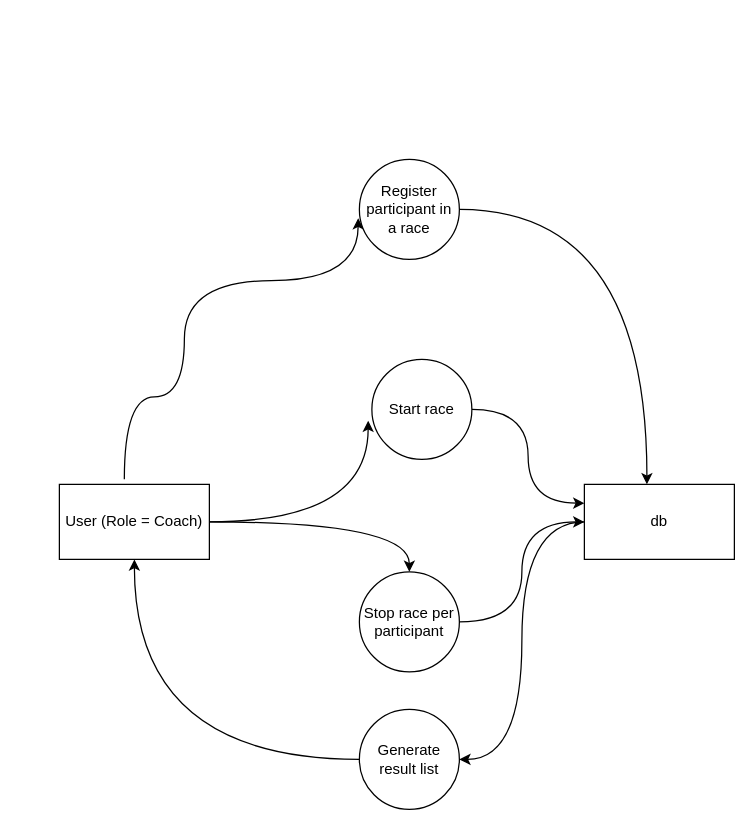
Before: page "Basic flow" (1 of 3) of ProcessFlowDiagr.drawio in terjetopland/Merke, a draw.io diagram. Source tidied: cells renumbered, new cells numbered last; positions are measured from the earlier drawing's top-left corner, leaving out a move shared by most shapes. Both pictures are drawn from the tidied source at 125%, with x=0, y=0 at pixel (59, 159).
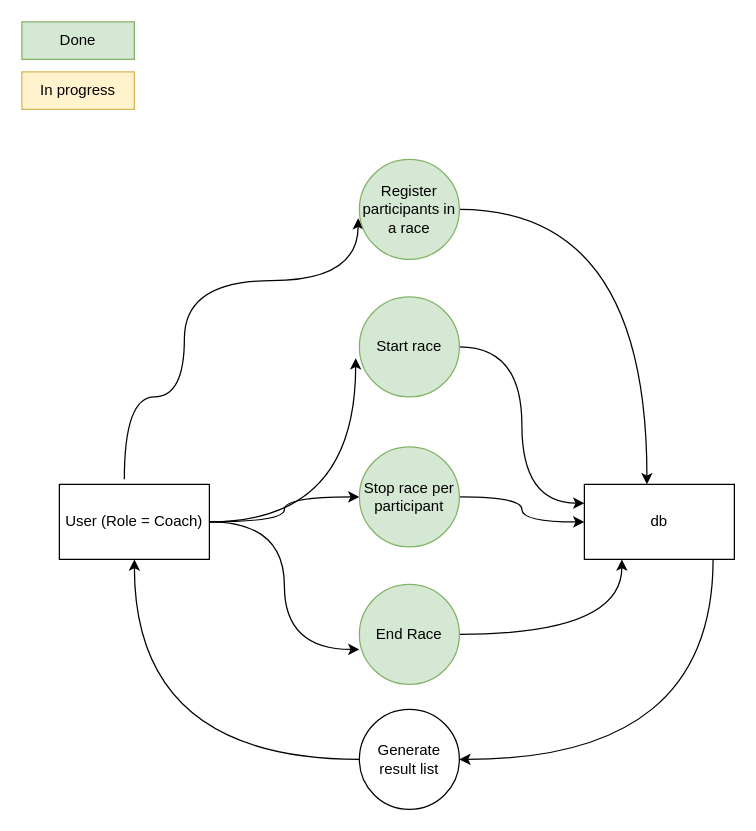
The same diagram, later.

Unchanged cells that the change refers to:
```xml
<mxCell id="5" value="User (Role = Coach)" style="rounded=0;whiteSpace=wrap;html=1;" parent="1" vertex="1">
  <mxGeometry y="260" width="120" height="60" as="geometry" />
</mxCell>
<mxCell id="7" value="db" style="rounded=0;whiteSpace=wrap;html=1;" parent="1" vertex="1">
  <mxGeometry x="420" y="260" width="120" height="60" as="geometry" />
</mxCell>
<mxCell id="15" value="Generate result list" style="ellipse;whiteSpace=wrap;html=1;" parent="1" vertex="1">
  <mxGeometry x="240" y="440" width="80" height="80" as="geometry" />
</mxCell>
```

What changed in the source:
```diff
@@
+    <mxCell id="16" style="edgeStyle=orthogonalEdgeStyle;rounded=0;jettySize=auto;html=1;entryX=0;entryY=0.65;entryDx=0;entryDy=0;entryPerimeter=0;curved=1;" parent="1" edge="1" source="5" target="18">
+      <mxGeometry relative="1" as="geometry" />
+    </mxCell>
@@
-    <mxCell id="6" style="edgeStyle=orthogonalEdgeStyle;curved=1;rounded=0;jettySize=auto;html=1;entryX=1;entryY=0.5;entryDx=0;entryDy=0;elbow=vertical;" parent="1" edge="1" source="7" target="15">
+    <mxCell id="6" style="edgeStyle=orthogonalEdgeStyle;curved=1;rounded=0;jettySize=auto;html=1;entryX=1;entryY=0.5;entryDx=0;entryDy=0;elbow=vertical;exitX=0.858;exitY=1;exitDx=0;exitDy=0;exitPerimeter=0;" parent="1" edge="1" source="7" target="15">
       <mxGeometry relative="1" as="geometry" />
     </mxCell>
@@
-    <mxCell id="9" value="Register participant in a race" style="ellipse;whiteSpace=wrap;html=1;" parent="1" vertex="1">
+    <mxCell id="9" value="Register participants in a race" style="ellipse;whiteSpace=wrap;html=1;fillColor=#d5e8d4;strokeColor=#82b366;" parent="1" vertex="1">
       <mxGeometry x="240" width="80" height="80" as="geometry" />
     </mxCell>
@@
-    <mxCell id="11" value="Start race" style="ellipse;whiteSpace=wrap;html=1;" parent="1" vertex="1">
-      <mxGeometry x="250" y="160" width="80" height="80" as="geometry" />
+    <mxCell id="11" value="Start race" style="ellipse;whiteSpace=wrap;html=1;fillColor=#d5e8d4;strokeColor=#82b366;" parent="1" vertex="1">
+      <mxGeometry x="240" y="110" width="80" height="80" as="geometry" />
     </mxCell>
@@
-    <mxCell id="13" value="Stop race per participant" style="ellipse;whiteSpace=wrap;html=1;" parent="1" vertex="1">
-      <mxGeometry x="240" y="330" width="80" height="80" as="geometry" />
+    <mxCell id="13" value="Stop race per participant" style="ellipse;whiteSpace=wrap;html=1;fillColor=#d5e8d4;strokeColor=#82b366;" parent="1" vertex="1">
+      <mxGeometry x="240" y="230" width="80" height="80" as="geometry" />
     </mxCell>
@@
+    <mxCell id="17" style="edgeStyle=orthogonalEdgeStyle;curved=1;rounded=0;jettySize=auto;html=1;entryX=0.25;entryY=1;entryDx=0;entryDy=0;" parent="1" edge="1" source="18" target="7">
+      <mxGeometry relative="1" as="geometry" />
+    </mxCell>
+    <mxCell id="18" value="End Race" style="ellipse;whiteSpace=wrap;html=1;fillColor=#d5e8d4;strokeColor=#82b366;" parent="1" vertex="1">
+      <mxGeometry x="240" y="340" width="80" height="80" as="geometry" />
+    </mxCell>
+    <mxCell id="19" value="Done" style="rounded=0;whiteSpace=wrap;html=1;fillColor=#d5e8d4;strokeColor=#82b366;" parent="1" vertex="1">
+      <mxGeometry x="-30" y="-110" width="90" height="30" as="geometry" />
+    </mxCell>
+    <mxCell id="20" value="In progress" style="rounded=0;whiteSpace=wrap;html=1;fillColor=#fff2cc;strokeColor=#d6b656;" parent="1" vertex="1">
+      <mxGeometry x="-30" y="-70" width="90" height="30" as="geometry" />
+    </mxCell>
```
